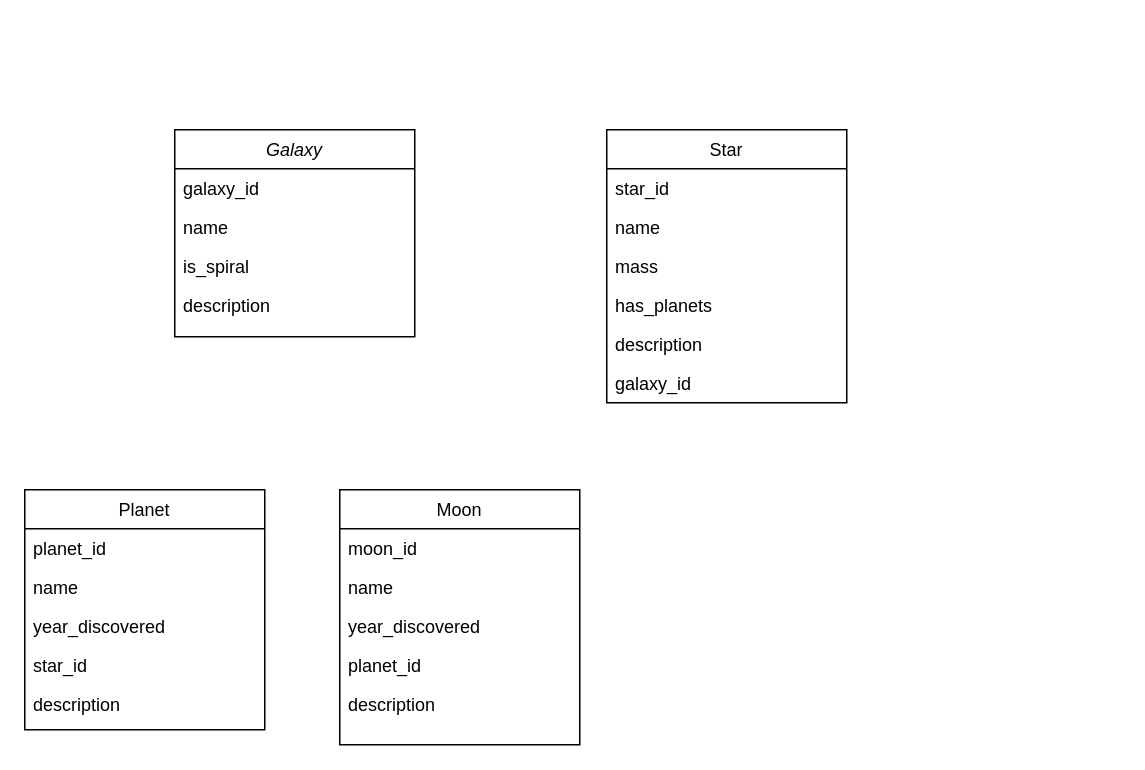
Earlier version of the draw.io diagram Diagram.drawio (tskxz/celestial-bodies). Source tidied: cells renumbered, new cells numbered last; positions are measured from the earlier drawing's top-left corner, leaving out a move shared by most shapes. Both pictures are drawn from the tidied source at 150%, with x=0, y=0 at pixel (24, 129).
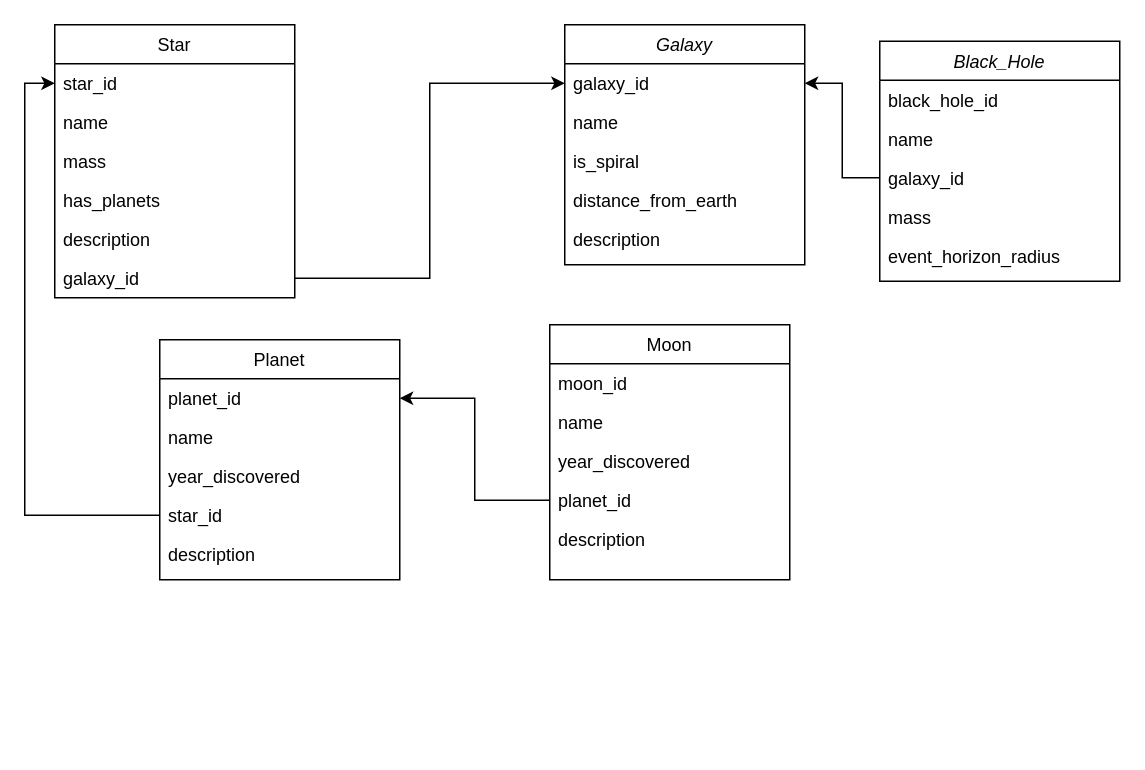
The same diagram, later.

Unchanged cells that the change refers to:
```xml
<mxCell id="3" value="galaxy_id" style="text;align=left;verticalAlign=top;spacingLeft=4;spacingRight=4;overflow=hidden;points=[[0,0.5],[1,0.5]];portConstraint=eastwest;" parent="2" vertex="1">
  <mxGeometry y="26" width="160" height="26" as="geometry" />
</mxCell>
<mxCell id="8" value="planet_id" style="text;align=left;verticalAlign=top;spacingLeft=4;spacingRight=4;overflow=hidden;points=[[0,0.5],[1,0.5]];portConstraint=eastwest;" parent="7" vertex="1">
  <mxGeometry y="26" width="160" height="26" as="geometry" />
</mxCell>
<mxCell id="11" value="star_id" style="text;align=left;verticalAlign=top;spacingLeft=4;spacingRight=4;overflow=hidden;points=[[0,0.5],[1,0.5]];portConstraint=eastwest;rounded=0;shadow=0;html=0;" parent="7" vertex="1">
  <mxGeometry y="104" width="160" height="26" as="geometry" />
</mxCell>
<mxCell id="17" value="planet_id" style="text;align=left;verticalAlign=top;spacingLeft=4;spacingRight=4;overflow=hidden;points=[[0,0.5],[1,0.5]];portConstraint=eastwest;rounded=0;shadow=0;html=0;" parent="13" vertex="1">
  <mxGeometry y="104" width="160" height="26" as="geometry" />
</mxCell>
<mxCell id="20" value="star_id" style="text;align=left;verticalAlign=top;spacingLeft=4;spacingRight=4;overflow=hidden;points=[[0,0.5],[1,0.5]];portConstraint=eastwest;" parent="19" vertex="1">
  <mxGeometry y="26" width="160" height="26" as="geometry" />
</mxCell>
<mxCell id="25" value="galaxy_id" style="text;align=left;verticalAlign=top;spacingLeft=4;spacingRight=4;overflow=hidden;points=[[0,0.5],[1,0.5]];portConstraint=eastwest;rounded=0;shadow=0;html=0;" parent="19" vertex="1">
  <mxGeometry y="156" width="160" height="26" as="geometry" />
</mxCell>
```

Change to the diagram source:
```diff
@@
     <mxCell id="2" value="Galaxy" style="swimlane;fontStyle=2;align=center;verticalAlign=top;horizontal=1;startSize=26;rounded=0;shadow=0;strokeWidth=1;" parent="1" vertex="1">
-      <mxGeometry x="100" width="160" height="138" as="geometry" />
+      <mxGeometry x="360" y="-70" width="160" height="160" as="geometry" />
     </mxCell>
@@
+    <mxCell id="26" value="distance_from_earth" style="text;align=left;verticalAlign=top;spacingLeft=4;spacingRight=4;overflow=hidden;rounded=0;shadow=0;html=0;" parent="2" vertex="1">
+      <mxGeometry y="104" width="160" height="26" as="geometry" />
+    </mxCell>
     <mxCell id="6" value="description" style="text;align=left;verticalAlign=top;spacingLeft=4;spacingRight=4;overflow=hidden;rounded=0;shadow=0;html=0;" parent="2" vertex="1">
-      <mxGeometry y="104" width="160" height="26" as="geometry" />
+      <mxGeometry y="130" width="160" height="26" as="geometry" />
     </mxCell>
     <mxCell id="7" value="Planet" style="swimlane;fontStyle=0;align=center;verticalAlign=top;horizontal=1;startSize=26;rounded=0;shadow=0;strokeWidth=1;" parent="1" vertex="1">
-      <mxGeometry y="240" width="160" height="160" as="geometry" />
+      <mxGeometry x="90" y="140" width="160" height="160" as="geometry" />
     </mxCell>
@@
     <mxCell id="13" value="Moon" style="swimlane;fontStyle=0;align=center;verticalAlign=top;horizontal=1;startSize=26;rounded=0;shadow=0;strokeWidth=1;" parent="1" vertex="1">
-      <mxGeometry x="210" y="240" width="160" height="170" as="geometry" />
+      <mxGeometry x="350" y="130" width="160" height="170" as="geometry" />
     </mxCell>
@@
     <mxCell id="19" value="Star" style="swimlane;fontStyle=0;align=center;verticalAlign=top;horizontal=1;startSize=26;rounded=0;shadow=0;strokeWidth=1;" parent="1" vertex="1">
-      <mxGeometry x="388" width="160" height="182" as="geometry" />
+      <mxGeometry x="20" y="-70" width="160" height="182" as="geometry" />
     </mxCell>
@@
+    <mxCell id="27" style="edgeStyle=orthogonalEdgeStyle;rounded=0;jettySize=auto;html=1;exitX=0;exitY=0.5;exitDx=0;exitDy=0;entryX=0;entryY=0.5;entryDx=0;entryDy=0;" parent="1" edge="1" source="11" target="20">
+      <mxGeometry relative="1" as="geometry" />
+    </mxCell>
+    <mxCell id="28" style="edgeStyle=orthogonalEdgeStyle;rounded=0;jettySize=auto;html=1;exitX=0;exitY=0.5;exitDx=0;exitDy=0;" parent="1" edge="1" source="17" target="8">
+      <mxGeometry relative="1" as="geometry" />
+    </mxCell>
+    <mxCell id="29" style="edgeStyle=orthogonalEdgeStyle;rounded=0;jettySize=auto;html=1;exitX=1;exitY=0.5;exitDx=0;exitDy=0;" parent="1" edge="1" source="25" target="3">
+      <mxGeometry relative="1" as="geometry" />
+    </mxCell>
+    <mxCell id="30" value="Black_Hole" style="swimlane;fontStyle=2;align=center;verticalAlign=top;horizontal=1;startSize=26;rounded=0;shadow=0;strokeWidth=1;" parent="1" vertex="1">
+      <mxGeometry x="570" y="-59" width="160" height="160" as="geometry" />
+    </mxCell>
+    <mxCell id="31" value="black_hole_id" style="text;align=left;verticalAlign=top;spacingLeft=4;spacingRight=4;overflow=hidden;" parent="30" vertex="1">
+      <mxGeometry y="26" width="160" height="26" as="geometry" />
+    </mxCell>
+    <mxCell id="32" value="name" style="text;align=left;verticalAlign=top;spacingLeft=4;spacingRight=4;overflow=hidden;rounded=0;shadow=0;html=0;" parent="30" vertex="1">
+      <mxGeometry y="52" width="160" height="26" as="geometry" />
+    </mxCell>
+    <mxCell id="33" value="galaxy_id" style="text;align=left;verticalAlign=top;spacingLeft=4;spacingRight=4;overflow=hidden;points=[[0,0.5],[1,0.5]];portConstraint=eastwest;rounded=0;shadow=0;html=0;" parent="30" vertex="1">
+      <mxGeometry y="78" width="160" height="26" as="geometry" />
+    </mxCell>
+    <mxCell id="34" value="mass" style="text;align=left;verticalAlign=top;spacingLeft=4;spacingRight=4;overflow=hidden;rounded=0;shadow=0;html=0;" parent="30" vertex="1">
+      <mxGeometry y="104" width="160" height="26" as="geometry" />
+    </mxCell>
+    <mxCell id="35" value="event_horizon_radius" style="text;align=left;verticalAlign=top;spacingLeft=4;spacingRight=4;overflow=hidden;rounded=0;shadow=0;html=0;" parent="30" vertex="1">
+      <mxGeometry y="130" width="160" height="26" as="geometry" />
+    </mxCell>
+    <mxCell id="36" style="edgeStyle=orthogonalEdgeStyle;rounded=0;jettySize=auto;html=1;exitX=0;exitY=0.5;exitDx=0;exitDy=0;" parent="1" edge="1" source="33" target="3">
+      <mxGeometry relative="1" as="geometry" />
+    </mxCell>
```
